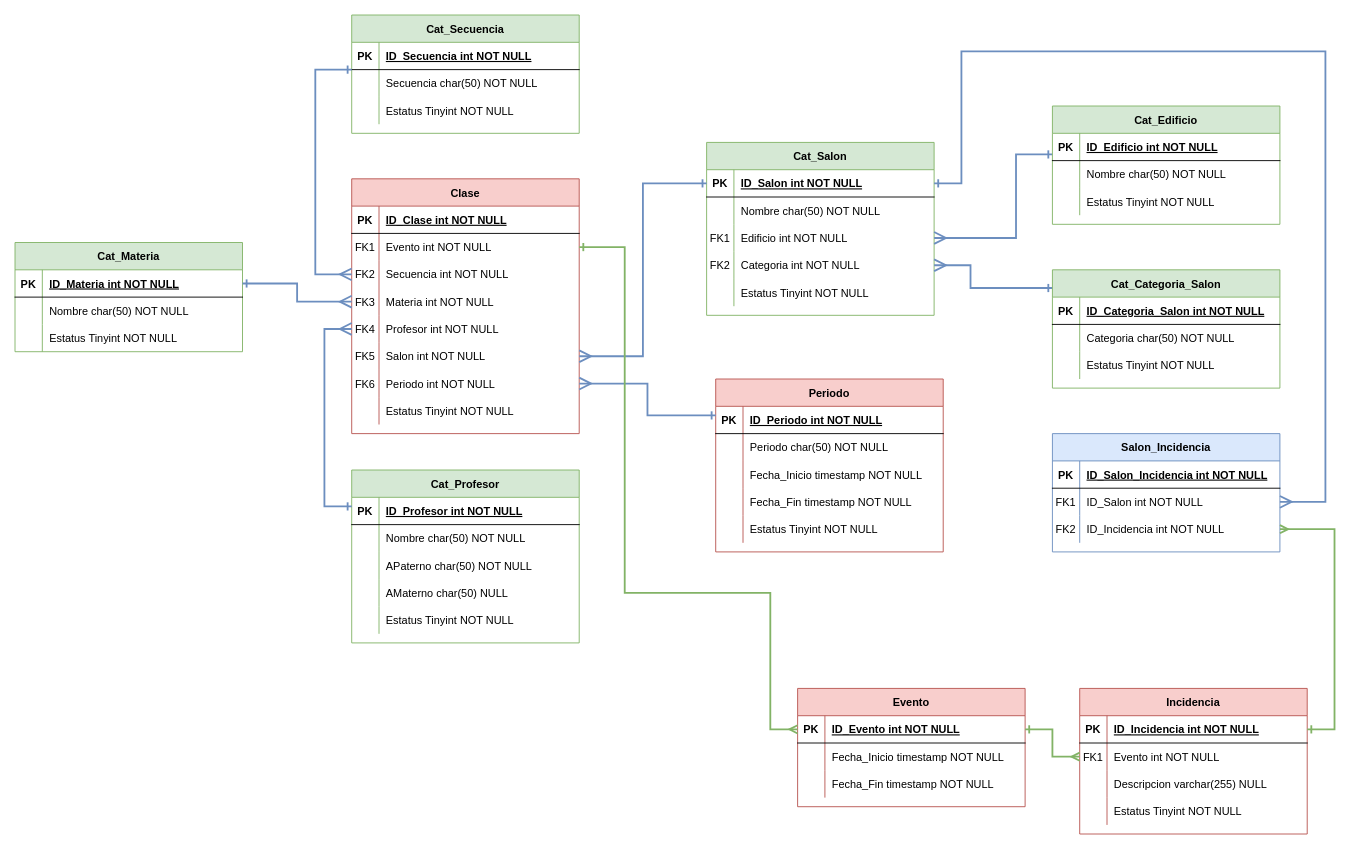
Earlier version of the draw.io diagram database/Diagrama_BD.drawio (licdavidob/Zeus). Source tidied: cells renumbered, new cells numbered last; positions are measured from the earlier drawing's top-left corner, leaving out a move shared by most shapes. Both pictures are drawn from the tidied source at 91%, with x=0, y=0 at pixel (15, 15).
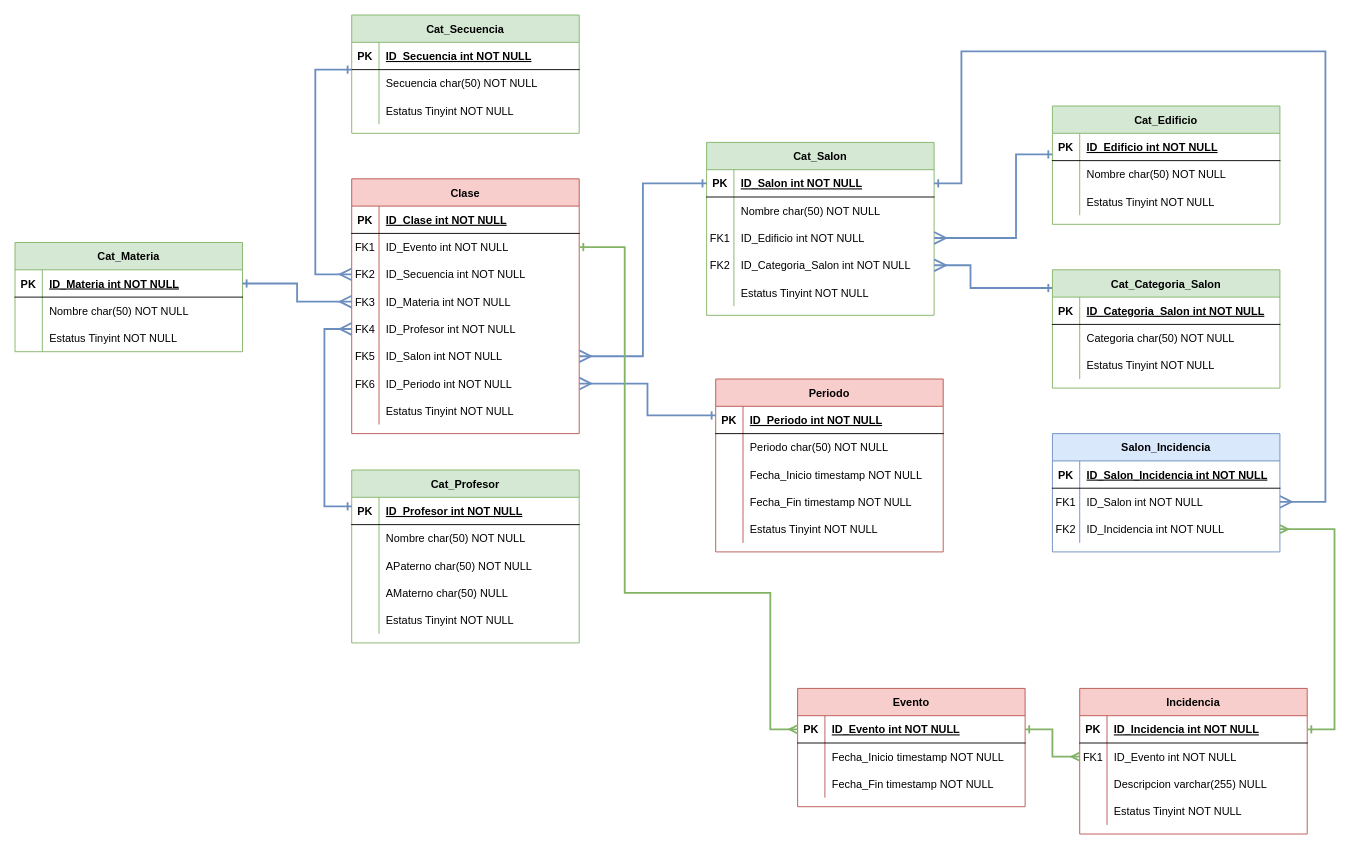
The same diagram, later.

Unchanged cells that the change refers to:
```xml
<mxCell id="19" style="shape=partialRectangle;fillColor=none;points=[[0,0.5],[1,0.5]];portConstraint=eastwest;top=0;left=0;right=0;bottom=0;" parent="12" vertex="1">
  <mxGeometry y="90" width="250" height="30" as="geometry" />
</mxCell>
<mxCell id="22" style="shape=partialRectangle;fillColor=none;points=[[0,0.5],[1,0.5]];portConstraint=eastwest;top=0;left=0;right=0;bottom=0;" parent="12" vertex="1">
  <mxGeometry y="120" width="250" height="30" as="geometry" />
</mxCell>
<mxCell id="80" style="shape=partialRectangle;fillColor=none;points=[[0,0.5],[1,0.5]];portConstraint=eastwest;top=0;left=0;right=0;bottom=0;" parent="76" vertex="1">
  <mxGeometry y="60" width="250" height="30" as="geometry" />
</mxCell>
<mxCell id="83" style="shape=partialRectangle;fillColor=none;points=[[0,0.5],[1,0.5]];portConstraint=eastwest;top=0;left=0;right=0;bottom=0;" parent="76" vertex="1">
  <mxGeometry y="90" width="250" height="30" as="geometry" />
</mxCell>
<mxCell id="86" style="shape=partialRectangle;fillColor=none;points=[[0,0.5],[1,0.5]];portConstraint=eastwest;top=0;left=0;right=0;bottom=0;" parent="76" vertex="1">
  <mxGeometry y="120" width="250" height="30" as="geometry" />
</mxCell>
<mxCell id="89" style="shape=partialRectangle;fillColor=none;points=[[0,0.5],[1,0.5]];portConstraint=eastwest;top=0;left=0;right=0;bottom=0;" parent="76" vertex="1">
  <mxGeometry y="150" width="250" height="30" as="geometry" />
</mxCell>
<mxCell id="92" style="shape=partialRectangle;fillColor=none;points=[[0,0.5],[1,0.5]];portConstraint=eastwest;top=0;left=0;right=0;bottom=0;" parent="76" vertex="1">
  <mxGeometry y="180" width="250" height="30" as="geometry" />
</mxCell>
<mxCell id="95" style="shape=partialRectangle;fillColor=none;points=[[0,0.5],[1,0.5]];portConstraint=eastwest;top=0;left=0;right=0;bottom=0;" parent="76" vertex="1">
  <mxGeometry y="210" width="250" height="30" as="geometry" />
</mxCell>
<mxCell id="137" style="shape=partialRectangle;fillColor=none;points=[[0,0.5],[1,0.5]];portConstraint=eastwest;top=0;left=0;right=0;bottom=0;" parent="133" vertex="1">
  <mxGeometry y="60" width="250" height="30" as="geometry" />
</mxCell>
```

Change to the diagram source:
```diff
@@
-    <mxCell id="21" value="Edificio int NOT NULL" style="shape=partialRectangle;overflow=hidden;fillColor=none;top=0;left=0;bottom=0;right=0;align=left;spacingLeft=6;" parent="19" vertex="1">
+    <mxCell id="21" value="ID_Edificio int NOT NULL" style="shape=partialRectangle;overflow=hidden;fillColor=none;top=0;left=0;bottom=0;right=0;align=left;spacingLeft=6;" parent="19" vertex="1">
       <mxGeometry x="30" width="220" height="30" as="geometry" />
     </mxCell>
@@
-    <mxCell id="24" value="Categoria int NOT NULL" style="shape=partialRectangle;overflow=hidden;fillColor=none;top=0;left=0;bottom=0;right=0;align=left;spacingLeft=6;" parent="22" vertex="1">
+    <mxCell id="24" value="ID_Categoria_Salon int NOT NULL" style="shape=partialRectangle;overflow=hidden;fillColor=none;top=0;left=0;bottom=0;right=0;align=left;spacingLeft=6;" parent="22" vertex="1">
       <mxGeometry x="30" width="220" height="30" as="geometry" />
     </mxCell>
@@
-    <mxCell id="82" value="Evento int NOT NULL " style="shape=partialRectangle;overflow=hidden;fillColor=none;top=0;left=0;bottom=0;right=0;align=left;spacingLeft=6;" parent="80" vertex="1">
+    <mxCell id="82" value="ID_Evento int NOT NULL " style="shape=partialRectangle;overflow=hidden;fillColor=none;top=0;left=0;bottom=0;right=0;align=left;spacingLeft=6;" parent="80" vertex="1">
       <mxGeometry x="30" width="220" height="30" as="geometry" />
     </mxCell>
@@
-    <mxCell id="85" value="Secuencia int NOT NULL" style="shape=partialRectangle;overflow=hidden;fillColor=none;top=0;left=0;bottom=0;right=0;align=left;spacingLeft=6;" parent="83" vertex="1">
+    <mxCell id="85" value="ID_Secuencia int NOT NULL" style="shape=partialRectangle;overflow=hidden;fillColor=none;top=0;left=0;bottom=0;right=0;align=left;spacingLeft=6;" parent="83" vertex="1">
       <mxGeometry x="30" width="220" height="30" as="geometry" />
     </mxCell>
@@
-    <mxCell id="88" value="Materia int NOT NULL" style="shape=partialRectangle;overflow=hidden;fillColor=none;top=0;left=0;bottom=0;right=0;align=left;spacingLeft=6;" parent="86" vertex="1">
+    <mxCell id="88" value="ID_Materia int NOT NULL" style="shape=partialRectangle;overflow=hidden;fillColor=none;top=0;left=0;bottom=0;right=0;align=left;spacingLeft=6;" parent="86" vertex="1">
       <mxGeometry x="30" width="220" height="30" as="geometry" />
     </mxCell>
@@
-    <mxCell id="91" value="Profesor int NOT NULL" style="shape=partialRectangle;overflow=hidden;fillColor=none;top=0;left=0;bottom=0;right=0;align=left;spacingLeft=6;" parent="89" vertex="1">
+    <mxCell id="91" value="ID_Profesor int NOT NULL" style="shape=partialRectangle;overflow=hidden;fillColor=none;top=0;left=0;bottom=0;right=0;align=left;spacingLeft=6;" parent="89" vertex="1">
       <mxGeometry x="30" width="220" height="30" as="geometry" />
     </mxCell>
@@
-    <mxCell id="94" value="Salon int NOT NULL" style="shape=partialRectangle;overflow=hidden;fillColor=none;top=0;left=0;bottom=0;right=0;align=left;spacingLeft=6;" parent="92" vertex="1">
+    <mxCell id="94" value="ID_Salon int NOT NULL" style="shape=partialRectangle;overflow=hidden;fillColor=none;top=0;left=0;bottom=0;right=0;align=left;spacingLeft=6;" parent="92" vertex="1">
       <mxGeometry x="30" width="220" height="30" as="geometry" />
     </mxCell>
@@
-    <mxCell id="97" value="Periodo int NOT NULL" style="shape=partialRectangle;overflow=hidden;fillColor=none;top=0;left=0;bottom=0;right=0;align=left;spacingLeft=6;" parent="95" vertex="1">
+    <mxCell id="97" value="ID_Periodo int NOT NULL" style="shape=partialRectangle;overflow=hidden;fillColor=none;top=0;left=0;bottom=0;right=0;align=left;spacingLeft=6;" parent="95" vertex="1">
       <mxGeometry x="30" width="220" height="30" as="geometry" />
     </mxCell>
@@
-    <mxCell id="139" value="Evento int NOT NULL " style="shape=partialRectangle;overflow=hidden;fillColor=none;top=0;left=0;bottom=0;right=0;align=left;spacingLeft=6;" parent="137" vertex="1">
+    <mxCell id="139" value="ID_Evento int NOT NULL " style="shape=partialRectangle;overflow=hidden;fillColor=none;top=0;left=0;bottom=0;right=0;align=left;spacingLeft=6;" parent="137" vertex="1">
       <mxGeometry x="30" width="220" height="30" as="geometry" />
     </mxCell>
```
